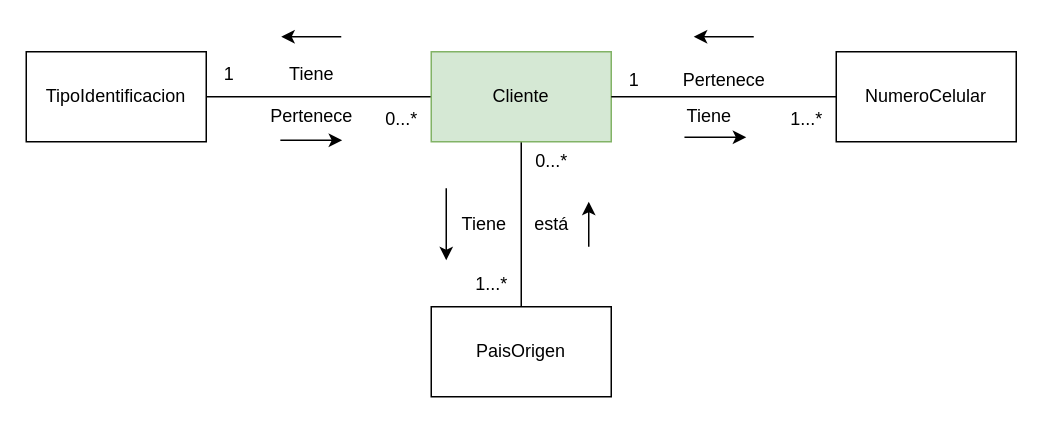
The draw.io diagram page "Contexto Clientes (Modelo dominio Clientes)" (2 of 12) of Restaurante_Disenio.drawio in andrescardo98/doo, before the edit. Source tidied: cells renumbered, new cells numbered last; positions are measured from the earlier drawing's top-left corner, leaving out a move shared by most shapes. Both pictures are drawn from the tidied source at 150%, with x=0, y=0 at pixel (26, 36).
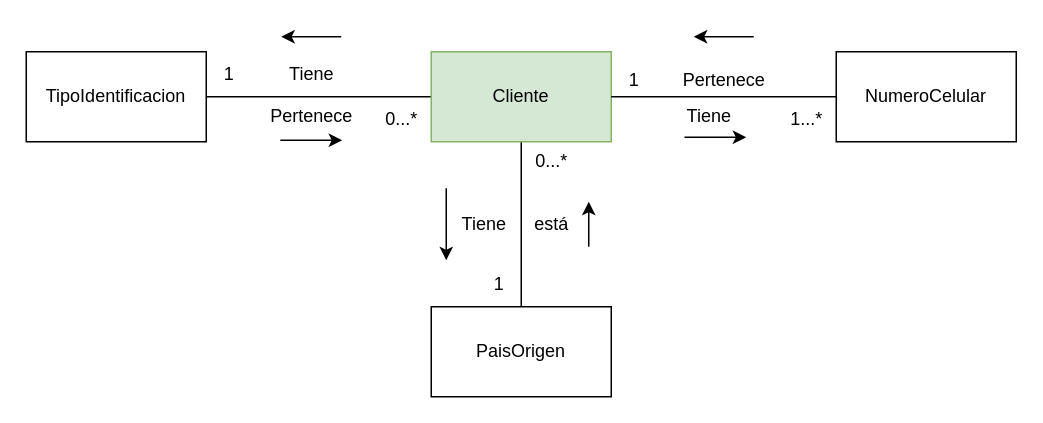
Above is the later version.

Change to the diagram source:
```diff
@@
-    <mxCell id="23" value="1...*" style="text;html=1;align=center;verticalAlign=middle;strokeColor=none;fillColor=none;" parent="1" vertex="1">
-      <mxGeometry x="290" y="150" width="40" height="30" as="geometry" />
+    <mxCell id="23" value="1" style="text;html=1;align=center;verticalAlign=middle;strokeColor=none;fillColor=none;" parent="1" vertex="1">
+      <mxGeometry x="300" y="150" width="30" height="30" as="geometry" />
     </mxCell>
```
